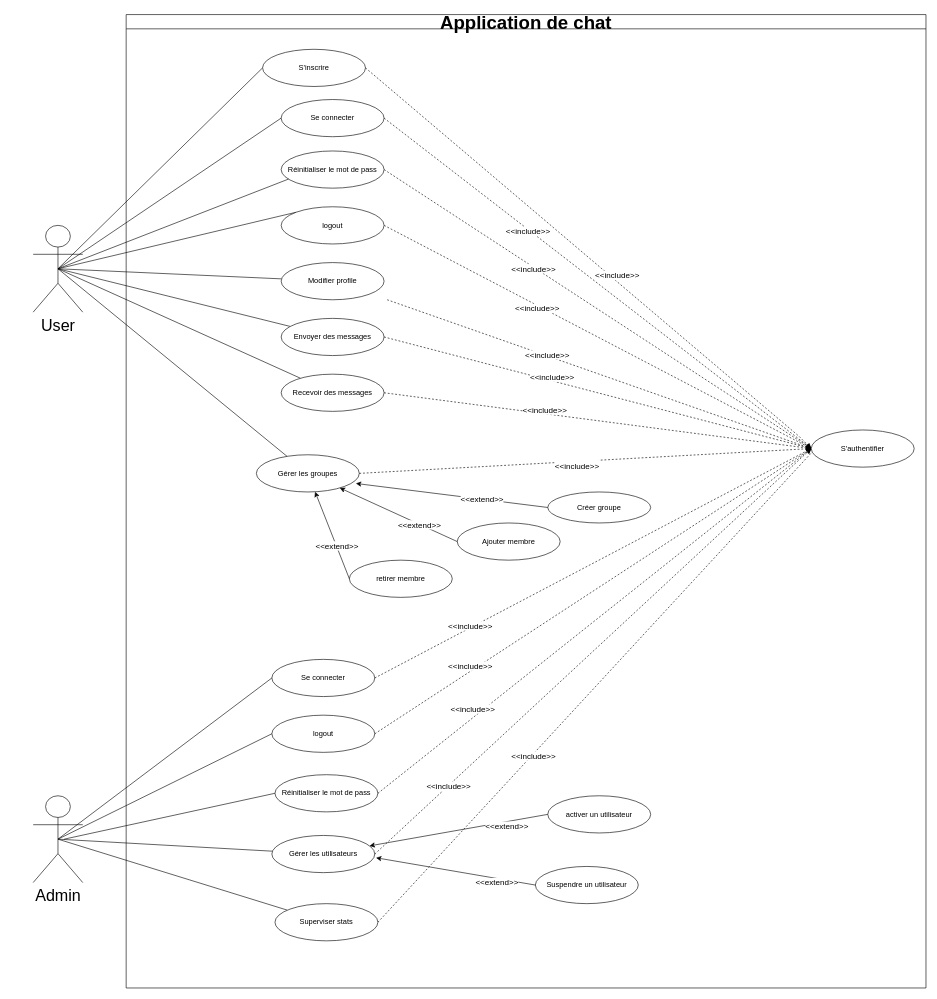
This is docs/use case.drawio from Mohsen-Elrhazi/projet_fil_rouge, a draw.io file, before an edit. Source tidied: cells renumbered, new cells numbered last; positions are measured from the earlier drawing's top-left corner, leaving out a move shared by most shapes. Both pictures are drawn from the tidied source at 62%, with x=0, y=0 at pixel (33, 14).
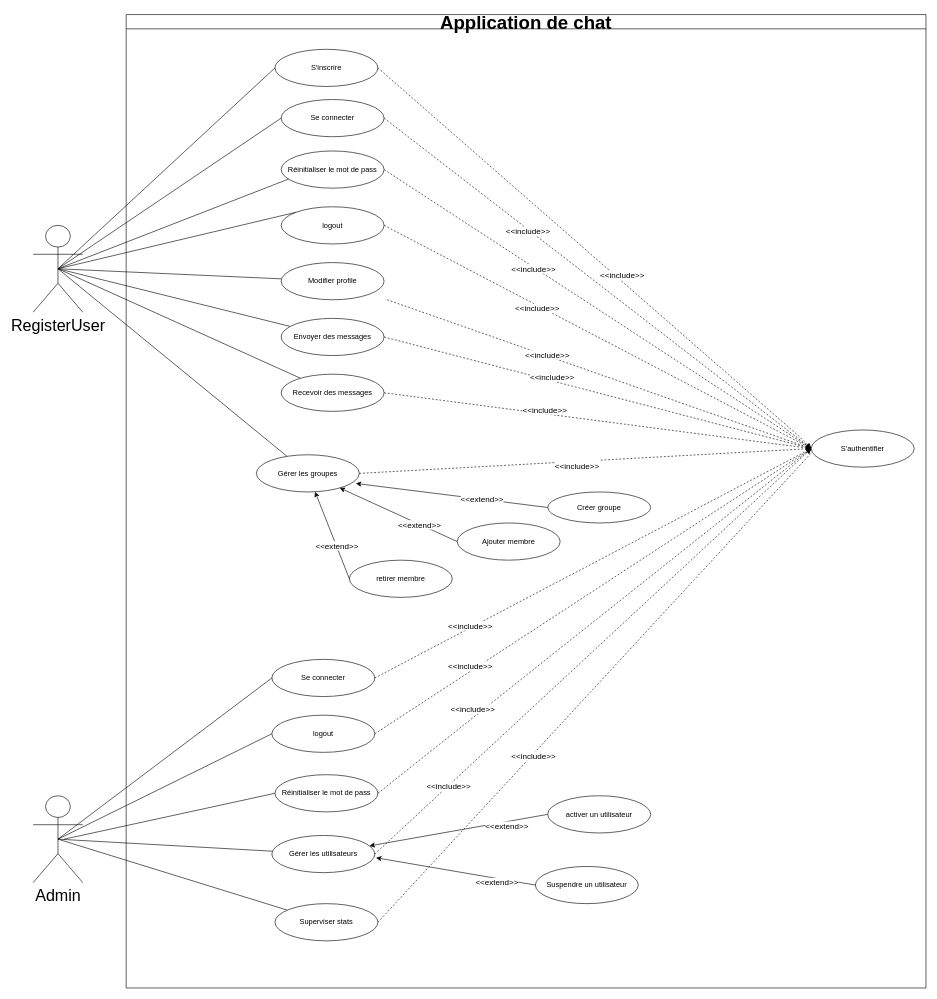
The same diagram, later.

Unchanged cells that the change refers to:
```xml
<mxCell id="34" value="&lt;font style=&quot;font-size: 30px;&quot;&gt;Application de chat&lt;/font&gt;" style="swimlane;whiteSpace=wrap;html=1;" parent="1" vertex="1">
  <mxGeometry x="150" width="1290" height="1570" as="geometry" />
</mxCell>
```

Change to the diagram source:
```diff
@@
-    <mxCell id="9" value="&lt;font style=&quot;font-size: 26px;&quot;&gt;User&lt;/font&gt;&lt;div&gt;&lt;br&gt;&lt;/div&gt;" style="shape=umlActor;verticalLabelPosition=bottom;verticalAlign=top;html=1;outlineConnect=0;" parent="1" vertex="1">
+    <mxCell id="9" value="&lt;font style=&quot;font-size: 26px;&quot;&gt;RegisterUser&lt;/font&gt;&lt;div&gt;&lt;br&gt;&lt;/div&gt;" style="shape=umlActor;verticalLabelPosition=bottom;verticalAlign=top;html=1;outlineConnect=0;" parent="1" vertex="1">
       <mxGeometry y="340" width="80" height="140" as="geometry" />
     </mxCell>
@@
     <mxCell id="45" value="&amp;nbsp;S'inscrire&amp;nbsp;" style="ellipse;whiteSpace=wrap;html=1;" parent="34" vertex="1">
-      <mxGeometry x="220" y="56" width="166" height="60" as="geometry" />
+      <mxGeometry x="240" y="56" width="166" height="60" as="geometry" />
     </mxCell>
```
